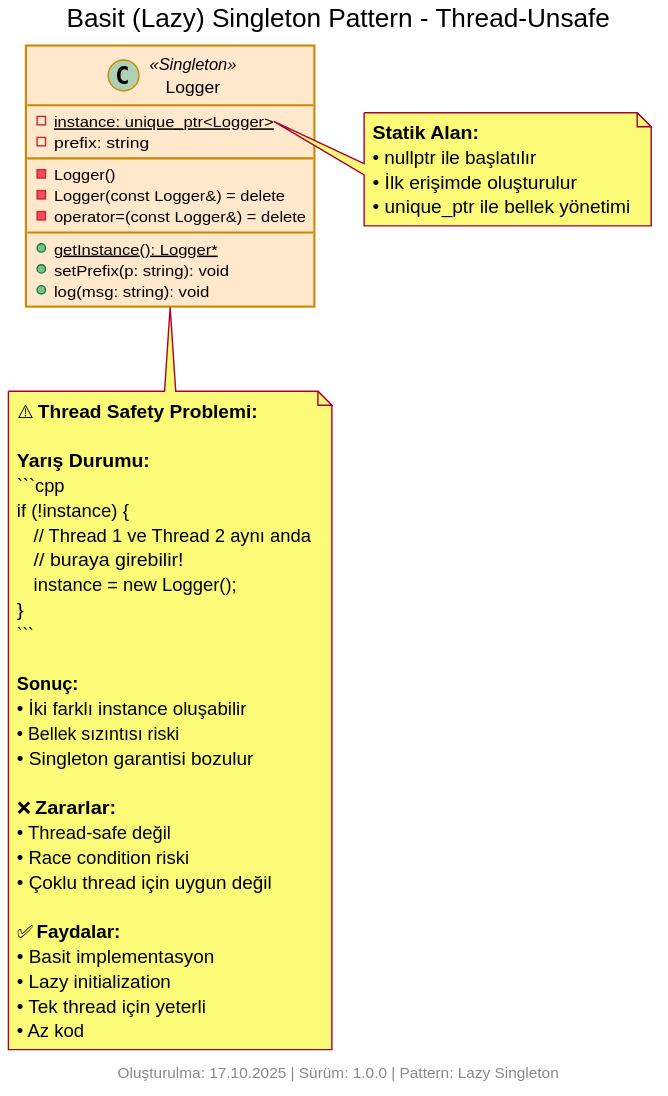
Before: creational/singleton/basic_lazy/diagram.svg, a diagram exported from PlantUML (kaayra2000/tasarim_kaliplari). The source it was exported from:
````plantuml
@startuml

title Basit (Lazy) Singleton Pattern - Thread-Unsafe

skinparam backgroundColor #FFFFFF
skinparam shadowing false

skinparam class {
    BackgroundColor #FFE8CC
    BorderColor #CC8800
    ArrowColor #CC8800
}

class Logger <<Singleton>> {
    - {static} instance: unique_ptr<Logger>
    - prefix: string
    __
    - Logger()
    - Logger(const Logger&) = delete
    - operator=(const Logger&) = delete
    __
    + {static} getInstance(): Logger*
    + setPrefix(p: string): void
    + log(msg: string): void
}

note right of Logger::instance
  **Statik Alan:**
  • nullptr ile başlatılır
  • İlk erişimde oluşturulur
  • unique_ptr ile bellek yönetimi
end note

note bottom of Logger
  ⚠️ **Thread Safety Problemi:**

  **Yarış Durumu:**
  ```cpp
  if (!instance) {
      // Thread 1 ve Thread 2 aynı anda
      // buraya girebilir!
      instance = new Logger();
  }
  ```

  **Sonuç:**
  • İki farklı instance oluşabilir
  • Bellek sızıntısı riski
  • Singleton garantisi bozulur

  ❌ **Zararlar:**
  • Thread-safe değil
  • Race condition riski
  • Çoklu thread için uygun değil

  ✅ **Faydalar:**
  • Basit implementasyon
  • Lazy initialization
  • Tek thread için yeterli
  • Az kod
end note

footer Oluşturulma: 17.10.2025 | Sürüm: 1.0.0 | Pattern: Lazy Singleton

@enduml
````
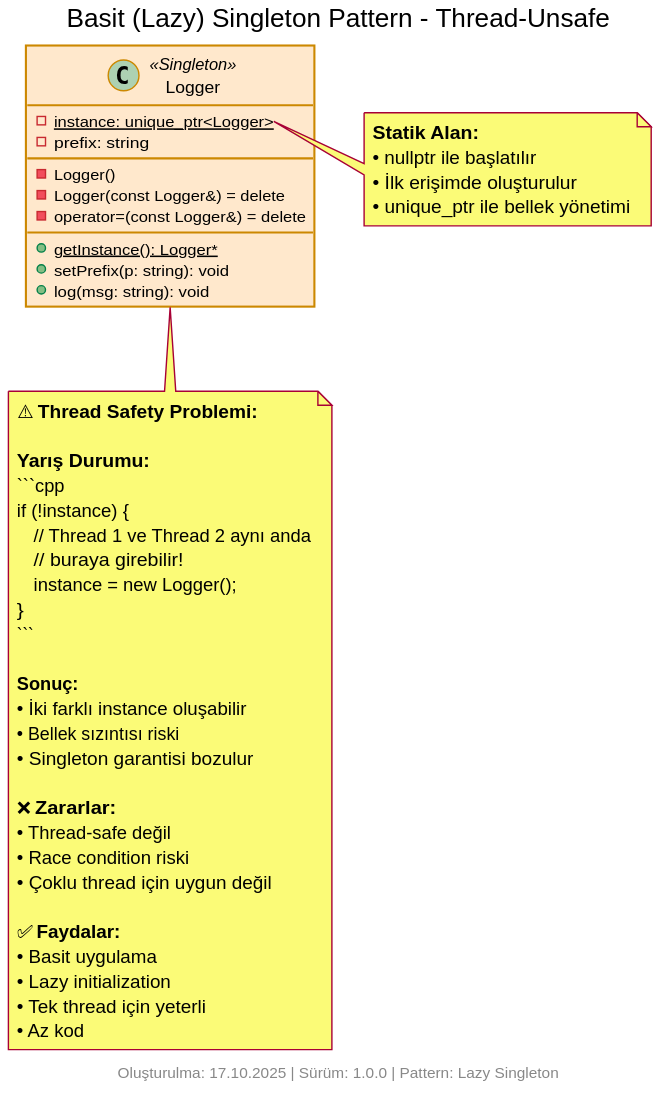
Later version of the same file.

What changed in the source:
```diff
@@ -54,7 +54,7 @@
   • Çoklu thread için uygun değil
 
   ✅ **Faydalar:**
-  • Basit implementasyon
+  • Basit uygulama
   • Lazy initialization
   • Tek thread için yeterli
   • Az kod
```
